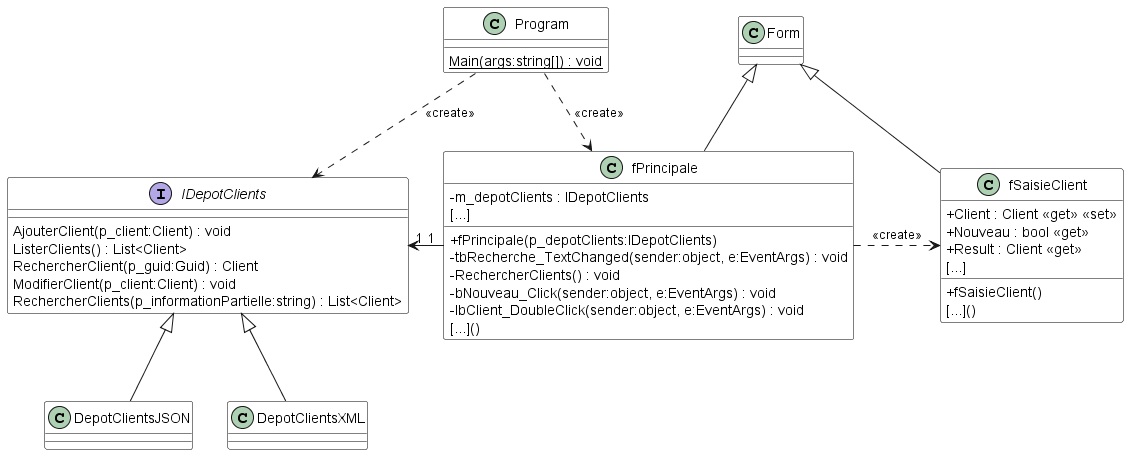
Above: images/Module09_ApplicationGraphique/diag/diagWFClients/DiagAppClients.png in PiFou86/420-W30-SF (PlantUML), before the change. The source it was exported from:
```plantuml
@startuml DiagAppClients

skinparam classAttributeIconSize 0
skinparam class {
    BackgroundColor White
    BorderColor #000
}

class Program {
    {static} Main(args:string[]) : void
}

Program ..> fPrincipale : <<create>>
Program ..> IDepotClients : <<create>>


fPrincipale "1" -left-> "1" IDepotClients

interface IDepotClients {
    AjouterClient(p_client:Client) : void
    ListerClients() : List<Client>
    RechercherClient(p_guid:Guid) : Client
    ModifierClient(p_client:Client) : void
    RechercherClients(p_informationPartielle:string) : List<Client>
}

Form <|-- fPrincipale
class fPrincipale {
    - m_depotClients : IDepotClients
    [...]
    + fPrincipale(p_depotClients:IDepotClients)
    - tbRecherche_TextChanged(sender:object, e:EventArgs) : void
    - RechercherClients() : void
    - bNouveau_Click(sender:object, e:EventArgs) : void
    - lbClient_DoubleClick(sender:object, e:EventArgs) : void
    [...]()
}

class fSaisieClient {
    + Client : Client <<get>> <<set>>
    + Nouveau : bool <<get>>
    + Result : Client <<get>>
    [...]
    + fSaisieClient()
    [...]()
}
Form <|-- fSaisieClient

fPrincipale .right.> fSaisieClient : <<create>>

class DepotClientsJSON {

}
IDepotClients <|-- DepotClientsJSON
class DepotClientsXML {
}
IDepotClients <|-- DepotClientsXML

@enduml
```
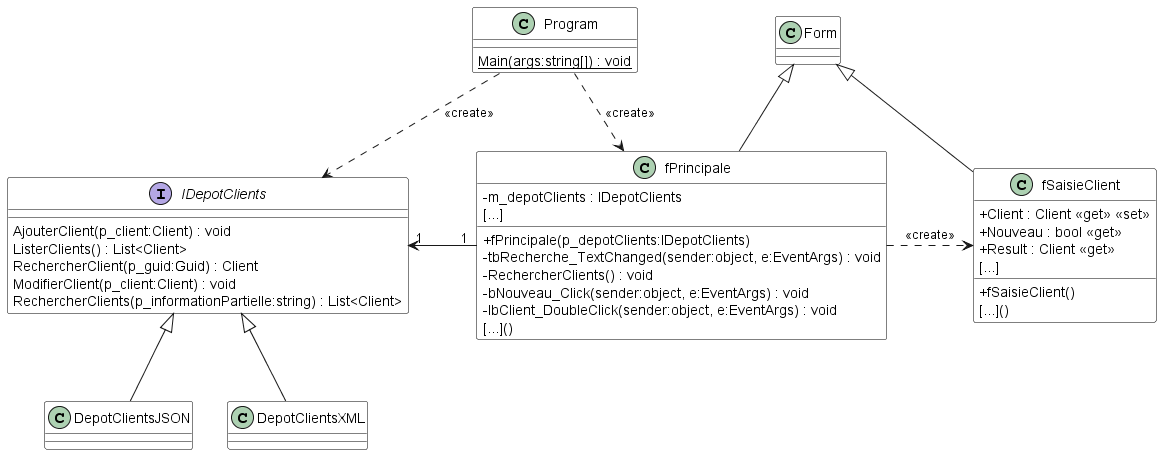
Above is the later version.

What changed in the source:
```diff
@@ -14,7 +14,7 @@
 Program ..> IDepotClients : <<create>>
 
 
-fPrincipale "1" -left-> "1" IDepotClients
+fPrincipale "1" -left-> "1" IDepotClients : \t
 
 interface IDepotClients {
     AjouterClient(p_client:Client) : void
```
